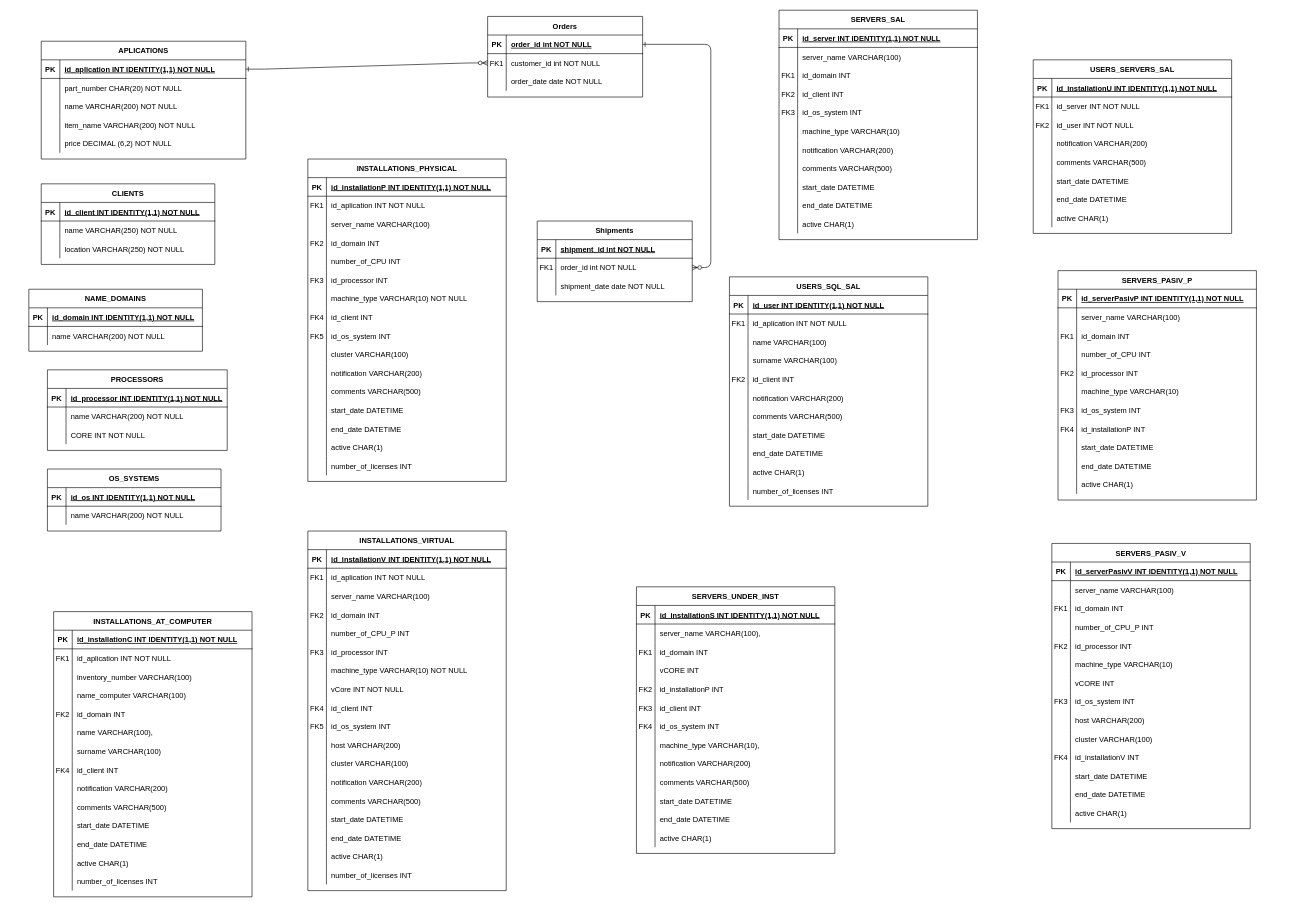
Before: Diagram bez tytułu.drawio in Rascalele/Program_do_rozliczania_faktur, a draw.io diagram. Source tidied: cells renumbered, new cells numbered last; positions are measured from the earlier drawing's top-left corner, leaving out a move shared by most shapes. Both pictures are drawn from the tidied source at 62%, with x=0, y=0 at pixel (29, 10).
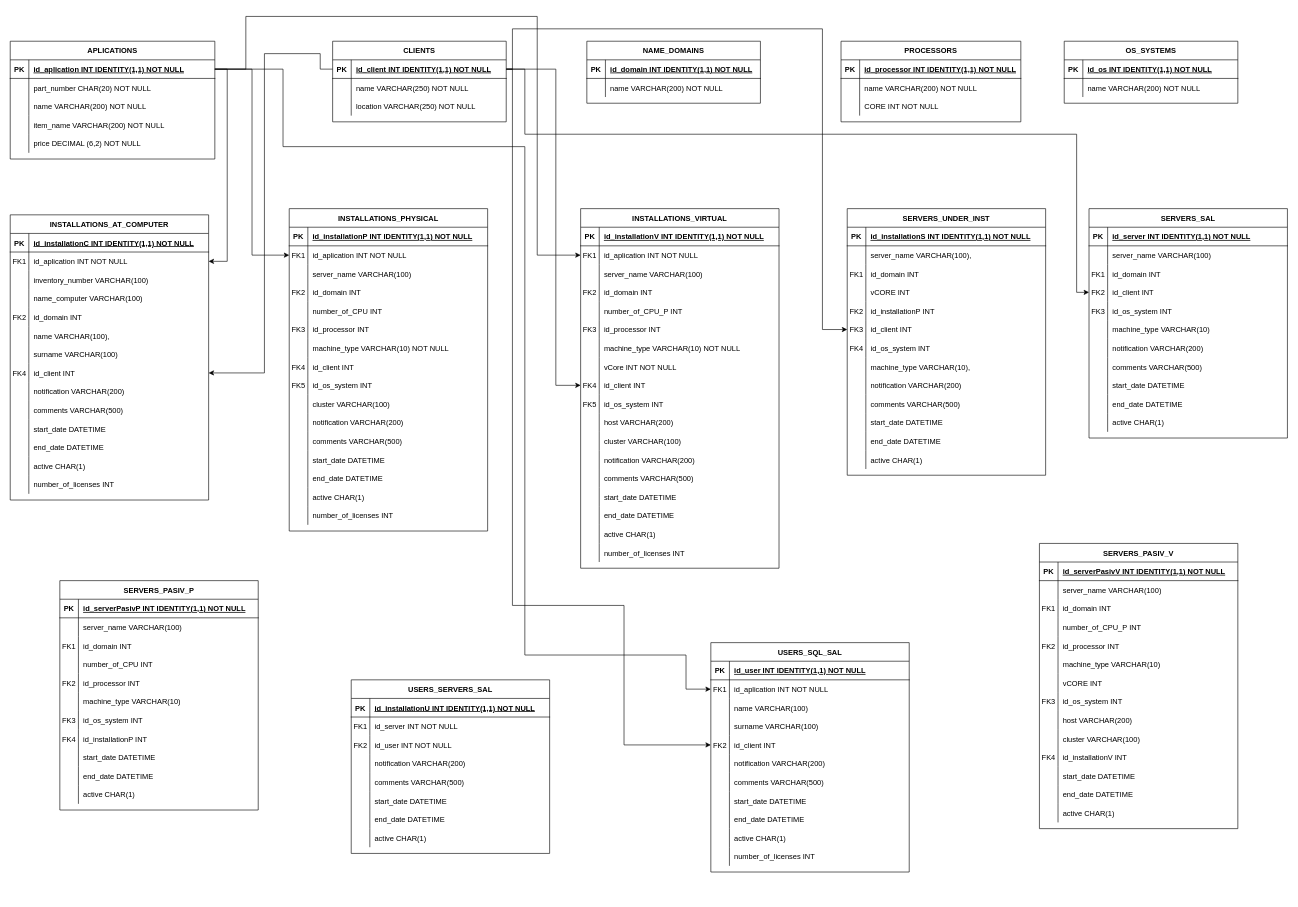
Above is the later version.

Unchanged cells that the change refers to:
```xml
<mxCell id="25" style="shape=partialRectangle;fillColor=none;points=[[0,0.5],[1,0.5]];portConstraint=eastwest;top=0;left=0;right=0;bottom=1;" parent="24" vertex="1">
  <mxGeometry y="30" width="330" height="30" as="geometry" />
</mxCell>
<mxCell id="41" style="shape=partialRectangle;fillColor=none;points=[[0,0.5],[1,0.5]];portConstraint=eastwest;top=0;left=0;right=0;bottom=1;" parent="40" vertex="1">
  <mxGeometry y="30" width="280" height="30" as="geometry" />
</mxCell>
<mxCell id="78" style="shape=partialRectangle;fillColor=none;points=[[0,0.5],[1,0.5]];portConstraint=eastwest;top=0;left=0;right=0;bottom=0;" parent="74" vertex="1">
  <mxGeometry y="60" width="320" height="30" as="geometry" />
</mxCell>
<mxCell id="127" style="shape=partialRectangle;fillColor=none;points=[[0,0.5],[1,0.5]];portConstraint=eastwest;top=0;left=0;right=0;bottom=0;" parent="123" vertex="1">
  <mxGeometry y="60" width="320" height="30" as="geometry" />
</mxCell>
<mxCell id="148" style="shape=partialRectangle;fillColor=none;points=[[0,0.5],[1,0.5]];portConstraint=eastwest;top=0;left=0;right=0;bottom=0;" parent="123" vertex="1">
  <mxGeometry y="270" width="320" height="30" as="geometry" />
</mxCell>
<mxCell id="182" style="shape=partialRectangle;fillColor=none;points=[[0,0.5],[1,0.5]];portConstraint=eastwest;top=0;left=0;right=0;bottom=0;" parent="178" vertex="1">
  <mxGeometry y="60" width="320" height="30" as="geometry" />
</mxCell>
<mxCell id="200" style="shape=partialRectangle;fillColor=none;points=[[0,0.5],[1,0.5]];portConstraint=eastwest;top=0;left=0;right=0;bottom=0;" parent="178" vertex="1">
  <mxGeometry y="240" width="320" height="30" as="geometry" />
</mxCell>
<mxCell id="237" style="shape=partialRectangle;fillColor=none;points=[[0,0.5],[1,0.5]];portConstraint=eastwest;top=0;left=0;right=0;bottom=0;" parent="221" vertex="1">
  <mxGeometry y="180" width="320" height="30" as="geometry" />
</mxCell>
<mxCell id="265" style="shape=partialRectangle;fillColor=none;points=[[0,0.5],[1,0.5]];portConstraint=eastwest;top=0;left=0;right=0;bottom=0;" parent="261" vertex="1">
  <mxGeometry y="60" width="320" height="30" as="geometry" />
</mxCell>
<mxCell id="274" style="shape=partialRectangle;fillColor=none;points=[[0,0.5],[1,0.5]];portConstraint=eastwest;top=0;left=0;right=0;bottom=0;" parent="261" vertex="1">
  <mxGeometry y="150" width="320" height="30" as="geometry" />
</mxCell>
<mxCell id="305" style="shape=partialRectangle;fillColor=none;points=[[0,0.5],[1,0.5]];portConstraint=eastwest;top=0;left=0;right=0;bottom=0;" parent="295" vertex="1">
  <mxGeometry y="120" width="320" height="30" as="geometry" />
</mxCell>
```

What changed in the source:
```diff
@@
-    <mxCell id="2" style="edgeStyle=entityRelationEdgeStyle;endArrow=ERzeroToMany;startArrow=ERone;endFill=1;startFill=0;" parent="1" edge="1" source="25" target="8">
-      <mxGeometry relative="1" as="geometry" />
-    </mxCell>
-    <mxCell id="3" style="edgeStyle=entityRelationEdgeStyle;endArrow=ERzeroToMany;startArrow=ERone;endFill=1;startFill=0;" parent="1" edge="1" source="5" target="18">
-      <mxGeometry relative="1" as="geometry" />
-    </mxCell>
-    <mxCell id="4" value="Orders" style="shape=table;startSize=30;childLayout=tableLayout;rowLines=0;fontStyle=1;align=center;" parent="1" vertex="1">
-      <mxGeometry x="740" y="10" width="250" height="130" as="geometry" />
-    </mxCell>
-    <mxCell id="5" style="shape=partialRectangle;fillColor=none;points=[[0,0.5],[1,0.5]];portConstraint=eastwest;top=0;left=0;right=0;bottom=1;" parent="4" vertex="1">
-      <mxGeometry y="30" width="250" height="30" as="geometry" />
-    </mxCell>
-    <mxCell id="6" value="PK" style="shape=partialRectangle;overflow=hidden;fillColor=none;top=0;left=0;bottom=0;right=0;fontStyle=1;" parent="5" vertex="1">
-      <mxGeometry width="30" height="30" as="geometry" />
-    </mxCell>
-    <mxCell id="7" value="order_id int NOT NULL " style="shape=partialRectangle;overflow=hidden;fillColor=none;top=0;left=0;bottom=0;right=0;align=left;spacingLeft=6;fontStyle=5;" parent="5" vertex="1">
-      <mxGeometry x="30" width="220" height="30" as="geometry" />
-    </mxCell>
-    <mxCell id="8" style="shape=partialRectangle;fillColor=none;points=[[0,0.5],[1,0.5]];portConstraint=eastwest;top=0;left=0;right=0;bottom=0;" parent="4" vertex="1">
-      <mxGeometry y="60" width="250" height="30" as="geometry" />
-    </mxCell>
-    <mxCell id="9" value="FK1" style="shape=partialRectangle;overflow=hidden;fillColor=none;top=0;left=0;bottom=0;right=0;" parent="8" vertex="1">
-      <mxGeometry width="30" height="30" as="geometry" />
-    </mxCell>
-    <mxCell id="10" value="customer_id int NOT NULL" style="shape=partialRectangle;overflow=hidden;fillColor=none;top=0;left=0;bottom=0;right=0;align=left;spacingLeft=6;" parent="8" vertex="1">
-      <mxGeometry x="30" width="220" height="30" as="geometry" />
-    </mxCell>
-    <mxCell id="11" style="shape=partialRectangle;fillColor=none;top=0;left=0;right=0;bottom=0;" parent="4" vertex="1">
-      <mxGeometry y="90" width="250" height="30" as="geometry" />
-    </mxCell>
-    <mxCell id="12" style="shape=partialRectangle;overflow=hidden;fillColor=none;top=0;left=0;bottom=0;right=0;" parent="11" vertex="1">
-      <mxGeometry width="30" height="30" as="geometry" />
-    </mxCell>
-    <mxCell id="13" value="order_date date NOT NULL" style="shape=partialRectangle;overflow=hidden;fillColor=none;top=0;left=0;bottom=0;right=0;align=left;spacingLeft=6;" parent="11" vertex="1">
-      <mxGeometry x="30" width="220" height="30" as="geometry" />
-    </mxCell>
-    <mxCell id="14" value="Shipments" style="shape=table;startSize=30;childLayout=tableLayout;rowLines=0;fontStyle=1;align=center;" parent="1" vertex="1">
-      <mxGeometry x="820" y="340" width="250" height="130" as="geometry" />
-    </mxCell>
-    <mxCell id="15" style="shape=partialRectangle;fillColor=none;top=0;left=0;right=0;bottom=1;" parent="14" vertex="1">
-      <mxGeometry y="30" width="250" height="30" as="geometry" />
-    </mxCell>
-    <mxCell id="16" value="PK" style="shape=partialRectangle;overflow=hidden;fillColor=none;top=0;left=0;bottom=0;right=0;fontStyle=1;" parent="15" vertex="1">
-      <mxGeometry width="30" height="30" as="geometry" />
-    </mxCell>
-    <mxCell id="17" value="shipment_id int NOT NULL " style="shape=partialRectangle;overflow=hidden;fillColor=none;top=0;left=0;bottom=0;right=0;align=left;spacingLeft=6;fontStyle=5;" parent="15" vertex="1">
-      <mxGeometry x="30" width="220" height="30" as="geometry" />
-    </mxCell>
-    <mxCell id="18" style="shape=partialRectangle;fillColor=none;points=[[0,0.5],[1,0.5]];portConstraint=eastwest;top=0;left=0;right=0;bottom=0;" parent="14" vertex="1">
-      <mxGeometry y="60" width="250" height="30" as="geometry" />
-    </mxCell>
-    <mxCell id="19" value="FK1" style="shape=partialRectangle;overflow=hidden;fillColor=none;top=0;left=0;bottom=0;right=0;" parent="18" vertex="1">
-      <mxGeometry width="30" height="30" as="geometry" />
-    </mxCell>
-    <mxCell id="20" value="order_id int NOT NULL" style="shape=partialRectangle;overflow=hidden;fillColor=none;top=0;left=0;bottom=0;right=0;align=left;spacingLeft=6;" parent="18" vertex="1">
-      <mxGeometry x="30" width="220" height="30" as="geometry" />
-    </mxCell>
-    <mxCell id="21" style="shape=partialRectangle;fillColor=none;top=0;left=0;right=0;bottom=0;" parent="14" vertex="1">
-      <mxGeometry y="90" width="250" height="30" as="geometry" />
-    </mxCell>
-    <mxCell id="22" style="shape=partialRectangle;overflow=hidden;fillColor=none;top=0;left=0;bottom=0;right=0;" parent="21" vertex="1">
-      <mxGeometry width="30" height="30" as="geometry" />
-    </mxCell>
-    <mxCell id="23" value="shipment_date date NOT NULL" style="shape=partialRectangle;overflow=hidden;fillColor=none;top=0;left=0;bottom=0;right=0;align=left;spacingLeft=6;" parent="21" vertex="1">
-      <mxGeometry x="30" width="220" height="30" as="geometry" />
-    </mxCell>
     <mxCell id="24" value="APLICATIONS" style="shape=table;startSize=30;childLayout=tableLayout;rowLines=0;fontStyle=1;align=center;" parent="1" vertex="1">
-      <mxGeometry x="20" y="50" width="330" height="190" as="geometry" />
+      <mxGeometry x="-30" y="50" width="330" height="190" as="geometry" />
     </mxCell>
@@
     <mxCell id="40" value="CLIENTS" style="shape=table;startSize=30;childLayout=tableLayout;rowLines=0;fontStyle=1;align=center;" parent="1" vertex="1">
-      <mxGeometry x="20" y="280" width="280" height="130" as="geometry" />
+      <mxGeometry x="490" y="50" width="280" height="130" as="geometry" />
     </mxCell>
@@
     <mxCell id="50" value="NAME_DOMAINS" style="shape=table;startSize=30;childLayout=tableLayout;rowLines=0;fontStyle=1;align=center;" parent="1" vertex="1">
-      <mxGeometry y="450" width="280" height="100" as="geometry" />
+      <mxGeometry x="900" y="50" width="280" height="100" as="geometry" />
     </mxCell>
@@
     <mxCell id="57" value="PROCESSORS" style="shape=table;startSize=30;childLayout=tableLayout;rowLines=0;fontStyle=1;align=center;" parent="1" vertex="1">
-      <mxGeometry x="30" y="580" width="290" height="130" as="geometry" />
+      <mxGeometry x="1310" y="50" width="290" height="130" as="geometry" />
     </mxCell>
@@
     <mxCell id="67" value="OS_SYSTEMS" style="shape=table;startSize=30;childLayout=tableLayout;rowLines=0;fontStyle=1;align=center;" parent="1" vertex="1">
-      <mxGeometry x="30" y="740" width="280" height="100" as="geometry" />
+      <mxGeometry x="1670" y="50" width="280" height="100" as="geometry" />
     </mxCell>
@@
     <mxCell id="74" value="INSTALLATIONS_PHYSICAL" style="shape=table;startSize=30;childLayout=tableLayout;rowLines=0;fontStyle=1;align=center;" parent="1" vertex="1">
-      <mxGeometry x="450" y="240" width="320" height="520" as="geometry" />
+      <mxGeometry x="420" y="320" width="320" height="520" as="geometry" />
     </mxCell>
@@
     <mxCell id="123" value="INSTALLATIONS_VIRTUAL" style="shape=table;startSize=30;childLayout=tableLayout;rowLines=0;fontStyle=1;align=center;" parent="1" vertex="1">
-      <mxGeometry x="450" y="840" width="320" height="580" as="geometry" />
+      <mxGeometry x="890" y="320" width="320" height="580" as="geometry" />
     </mxCell>
@@
     <mxCell id="178" value="INSTALLATIONS_AT_COMPUTER" style="shape=table;startSize=30;childLayout=tableLayout;rowLines=0;fontStyle=1;align=center;" parent="1" vertex="1">
-      <mxGeometry x="40" y="970" width="320" height="460" as="geometry" />
+      <mxGeometry x="-30" y="330" width="320" height="460" as="geometry" />
     </mxCell>
@@
     <mxCell id="221" value="SERVERS_UNDER_INST" style="shape=table;startSize=30;childLayout=tableLayout;rowLines=0;fontStyle=1;align=center;" parent="1" vertex="1">
-      <mxGeometry x="980" y="930" width="320" height="430" as="geometry" />
+      <mxGeometry x="1320" y="320" width="320" height="430" as="geometry" />
     </mxCell>
@@
     <mxCell id="261" value="USERS_SQL_SAL" style="shape=table;startSize=30;childLayout=tableLayout;rowLines=0;fontStyle=1;align=center;" parent="1" vertex="1">
-      <mxGeometry x="1130" y="430" width="320" height="370" as="geometry" />
+      <mxGeometry x="1100" y="1020" width="320" height="370" as="geometry" />
     </mxCell>
@@
     <mxCell id="295" value="SERVERS_SAL" style="shape=table;startSize=30;childLayout=tableLayout;rowLines=0;fontStyle=1;align=center;" parent="1" vertex="1">
-      <mxGeometry x="1210" width="320" height="370" as="geometry" />
+      <mxGeometry x="1710" y="320" width="320" height="370" as="geometry" />
     </mxCell>
@@
     <mxCell id="329" value="USERS_SERVERS_SAL" style="shape=table;startSize=30;childLayout=tableLayout;rowLines=0;fontStyle=1;align=center;" parent="1" vertex="1">
-      <mxGeometry x="1620" y="80" width="320" height="280" as="geometry" />
+      <mxGeometry x="520" y="1080" width="320" height="280" as="geometry" />
     </mxCell>
@@
     <mxCell id="354" value="SERVERS_PASIV_P" style="shape=table;startSize=30;childLayout=tableLayout;rowLines=0;fontStyle=1;align=center;" parent="1" vertex="1">
-      <mxGeometry x="1660" y="420" width="320" height="370" as="geometry" />
+      <mxGeometry x="50" y="920" width="320" height="370" as="geometry" />
     </mxCell>
@@
     <mxCell id="388" value="SERVERS_PASIV_V" style="shape=table;startSize=30;childLayout=tableLayout;rowLines=0;fontStyle=1;align=center;" parent="1" vertex="1">
-      <mxGeometry x="1650" y="860" width="320" height="460" as="geometry" />
+      <mxGeometry x="1630" y="860" width="320" height="460" as="geometry" />
     </mxCell>
@@
+    <mxCell id="431" style="edgeStyle=orthogonalEdgeStyle;rounded=0;jettySize=auto;html=1;exitX=1;exitY=0.5;exitDx=0;exitDy=0;entryX=0;entryY=0.5;entryDx=0;entryDy=0;" parent="1" edge="1" source="25" target="78">
+      <mxGeometry relative="1" as="geometry" />
+    </mxCell>
+    <mxCell id="432" style="edgeStyle=orthogonalEdgeStyle;rounded=0;jettySize=auto;html=1;entryX=1;entryY=0.5;entryDx=0;entryDy=0;exitX=1;exitY=0.5;exitDx=0;exitDy=0;" parent="1" edge="1" source="25" target="182">
+      <mxGeometry relative="1" as="geometry" />
+    </mxCell>
+    <mxCell id="433" style="edgeStyle=orthogonalEdgeStyle;rounded=0;jettySize=auto;html=1;exitX=1;exitY=0.5;exitDx=0;exitDy=0;entryX=0;entryY=0.5;entryDx=0;entryDy=0;" parent="1" edge="1" source="25" target="127">
+      <mxGeometry relative="1" as="geometry">
+        <Array as="points">
+          <mxPoint x="350" y="95" />
+          <mxPoint x="350" y="10" />
+          <mxPoint x="820" y="10" />
+          <mxPoint x="820" y="395" />
+        </Array>
+      </mxGeometry>
+    </mxCell>
+    <mxCell id="434" style="edgeStyle=orthogonalEdgeStyle;rounded=0;jettySize=auto;html=1;exitX=1;exitY=0.5;exitDx=0;exitDy=0;entryX=0;entryY=0.5;entryDx=0;entryDy=0;" parent="1" edge="1" source="25" target="265">
+      <mxGeometry relative="1" as="geometry">
+        <Array as="points">
+          <mxPoint x="410" y="95" />
+          <mxPoint x="410" y="220" />
+          <mxPoint x="800" y="220" />
+          <mxPoint x="800" y="1040" />
+          <mxPoint x="1060" y="1040" />
+          <mxPoint x="1060" y="1095" />
+        </Array>
+      </mxGeometry>
+    </mxCell>
+    <mxCell id="435" style="edgeStyle=orthogonalEdgeStyle;rounded=0;jettySize=auto;html=1;exitX=0;exitY=0.5;exitDx=0;exitDy=0;entryX=1;entryY=0.5;entryDx=0;entryDy=0;" parent="1" edge="1" source="41" target="200">
+      <mxGeometry relative="1" as="geometry">
+        <Array as="points">
+          <mxPoint x="470" y="95" />
+          <mxPoint x="470" y="70" />
+          <mxPoint x="380" y="70" />
+          <mxPoint x="380" y="585" />
+        </Array>
+      </mxGeometry>
+    </mxCell>
+    <mxCell id="436" style="edgeStyle=orthogonalEdgeStyle;rounded=0;jettySize=auto;html=1;exitX=1;exitY=0.5;exitDx=0;exitDy=0;entryX=0;entryY=0.5;entryDx=0;entryDy=0;" parent="1" edge="1" source="41" target="148">
+      <mxGeometry relative="1" as="geometry">
+        <Array as="points">
+          <mxPoint x="850" y="95" />
+          <mxPoint x="850" y="605" />
+        </Array>
+      </mxGeometry>
+    </mxCell>
+    <mxCell id="437" style="edgeStyle=orthogonalEdgeStyle;rounded=0;jettySize=auto;html=1;exitX=1;exitY=0.5;exitDx=0;exitDy=0;entryX=0;entryY=0.5;entryDx=0;entryDy=0;" parent="1" edge="1" source="41" target="237">
+      <mxGeometry relative="1" as="geometry">
+        <Array as="points">
+          <mxPoint x="780" y="30" />
+          <mxPoint x="1280" y="30" />
+          <mxPoint x="1280" y="515" />
+        </Array>
+      </mxGeometry>
+    </mxCell>
+    <mxCell id="438" style="edgeStyle=orthogonalEdgeStyle;rounded=0;jettySize=auto;html=1;exitX=1;exitY=0.5;exitDx=0;exitDy=0;entryX=0;entryY=0.5;entryDx=0;entryDy=0;" parent="1" edge="1" source="41" target="305">
+      <mxGeometry relative="1" as="geometry">
+        <Array as="points">
+          <mxPoint x="800" y="95" />
+          <mxPoint x="800" y="200" />
+          <mxPoint x="1690" y="200" />
+          <mxPoint x="1690" y="455" />
+        </Array>
+      </mxGeometry>
+    </mxCell>
+    <mxCell id="439" style="edgeStyle=orthogonalEdgeStyle;rounded=0;jettySize=auto;html=1;exitX=1;exitY=0.5;exitDx=0;exitDy=0;entryX=0;entryY=0.5;entryDx=0;entryDy=0;" parent="1" edge="1" source="41" target="274">
+      <mxGeometry relative="1" as="geometry">
+        <Array as="points">
+          <mxPoint x="780" y="95" />
+          <mxPoint x="780" y="960" />
+          <mxPoint x="960" y="960" />
+          <mxPoint x="960" y="1185" />
+        </Array>
+      </mxGeometry>
+    </mxCell>
```
